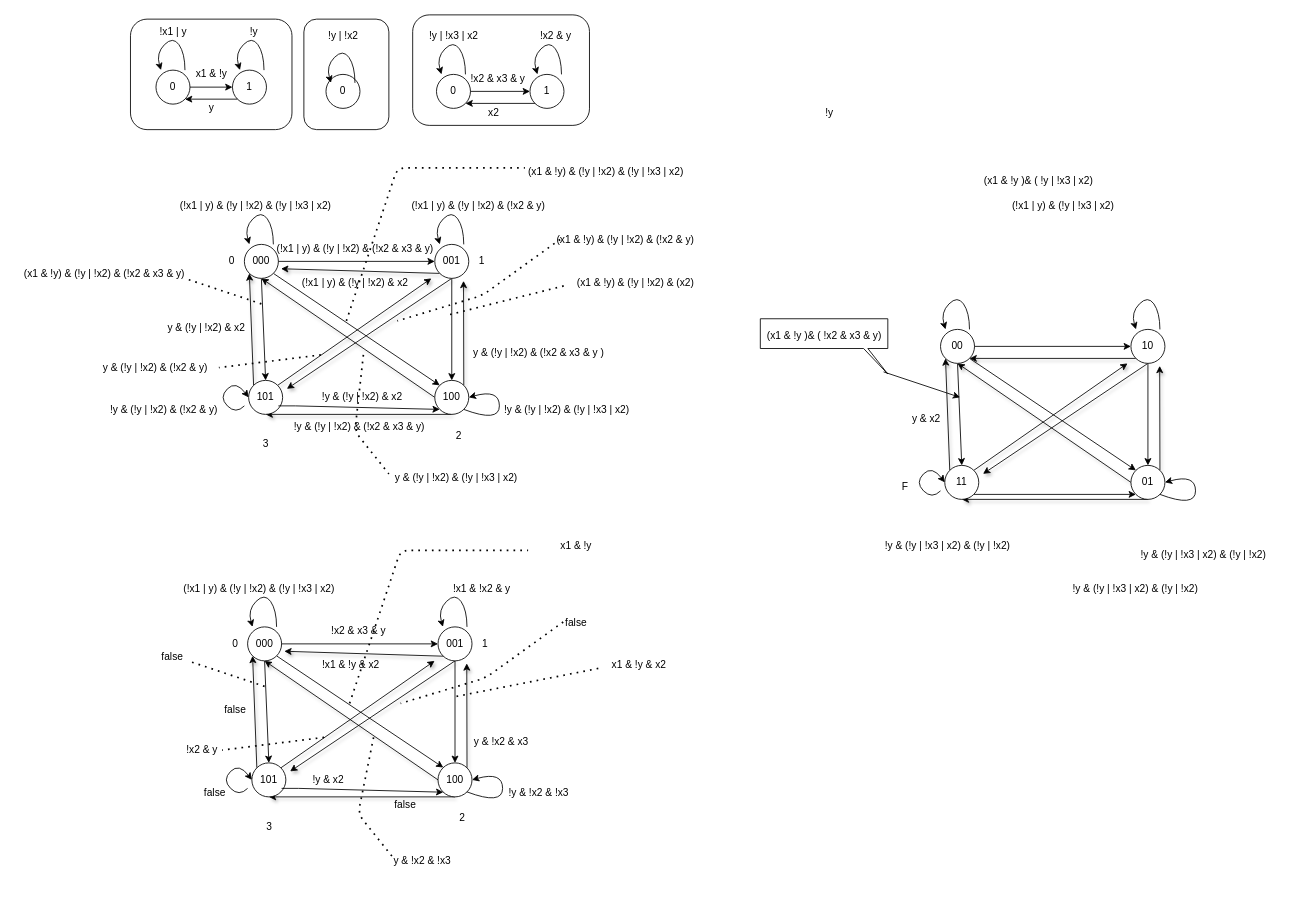
showayamada/Finding-Flaws-In-Specifications keeps this draw.io diagram as memo.dio. Above is the earlier version. Source tidied: cells renumbered, new cells numbered last; positions are measured from the earlier drawing's top-left corner, leaving out a move shared by most shapes. Both pictures are drawn from the tidied source at 85%, with x=0, y=0 at pixel (14, 14).
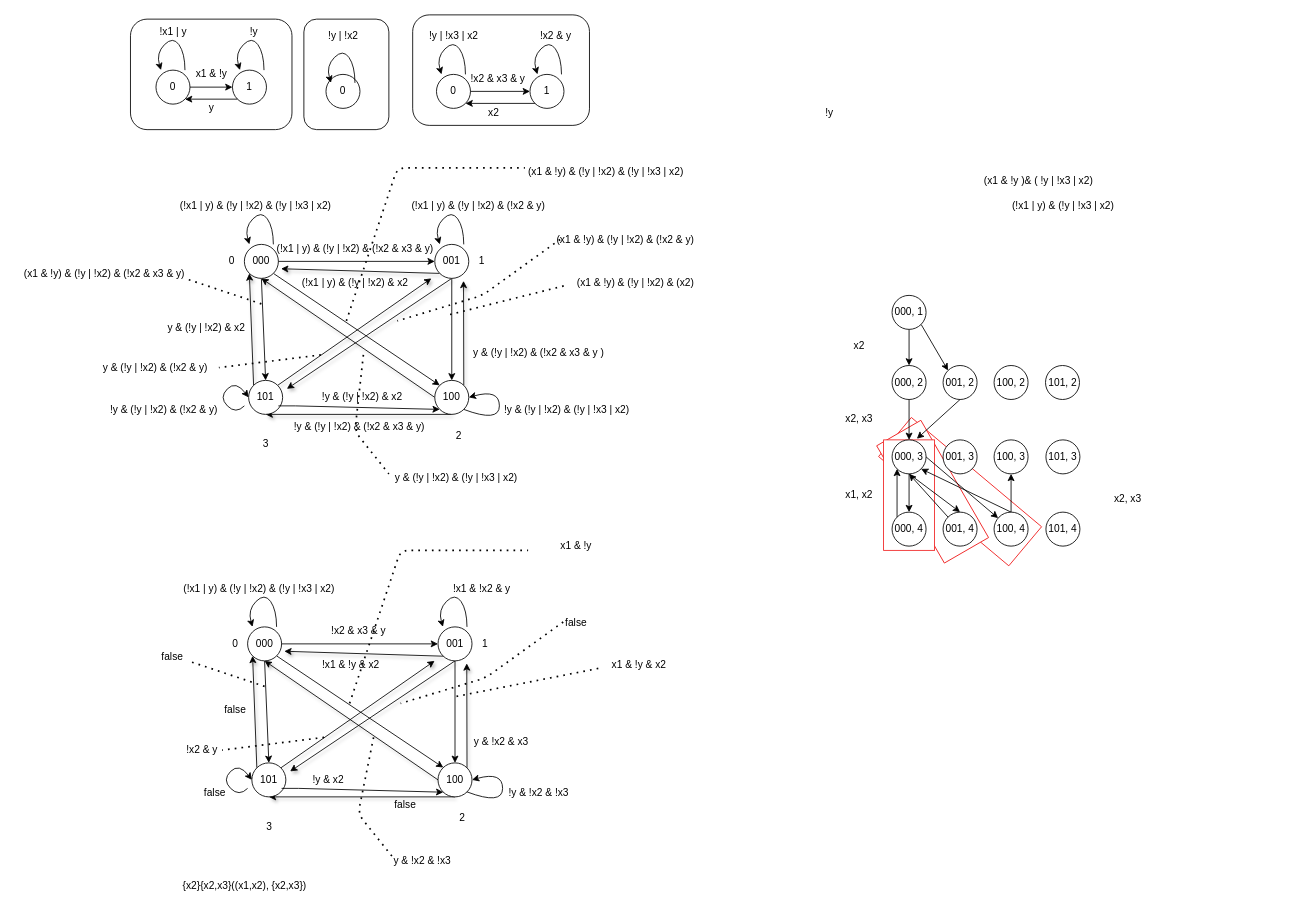
Above is the later version.

The edit, as a diff of the source:
```diff
@@
+    <mxCell id="153" style="rounded=0;whiteSpace=wrap;html=1;strokeColor=#F02222;rotation=-50;" parent="1" vertex="1">
+      <mxGeometry x="1082" y="460.9" width="60" height="200" as="geometry" />
+    </mxCell>
+    <mxCell id="154" style="rounded=0;whiteSpace=wrap;html=1;strokeColor=#F02222;rotation=-30;" parent="1" vertex="1">
+      <mxGeometry x="1049.7" y="481.3" width="60" height="159.3" as="geometry" />
+    </mxCell>
+    <mxCell id="155" style="rounded=0;whiteSpace=wrap;html=1;strokeColor=#F02222;" parent="1" vertex="1">
+      <mxGeometry x="1022" y="500" width="60" height="130" as="geometry" />
+    </mxCell>
@@
-    <mxCell id="41" value="!y&amp;nbsp;&amp;amp; (!y | !x3 | x2) &amp;amp; (!y | !x2)" style="text;html=1;align=center;verticalAlign=middle;strokeColor=none;fillColor=none;" parent="1" vertex="1">
-      <mxGeometry x="1233" y="660" width="170" height="30" as="geometry" />
-    </mxCell>
@@
-    <mxCell id="51" style="edgeStyle=none;html=1;exitX=0.5;exitY=1;exitDx=0;exitDy=0;entryX=0.5;entryY=0;entryDx=0;entryDy=0;" parent="1" edge="1" source="53" target="61">
-      <mxGeometry relative="1" as="geometry" />
-    </mxCell>
-    <mxCell id="52" style="edgeStyle=none;html=1;exitX=1;exitY=1;exitDx=0;exitDy=0;entryX=0;entryY=0;entryDx=0;entryDy=0;" parent="1" edge="1" source="53" target="57">
-      <mxGeometry relative="1" as="geometry" />
-    </mxCell>
-    <mxCell id="53" value="00" style="ellipse;whiteSpace=wrap;html=1;" parent="1" vertex="1">
-      <mxGeometry x="1089" y="370" width="40" height="40" as="geometry" />
-    </mxCell>
-    <mxCell id="54" style="edgeStyle=none;html=1;exitX=0.5;exitY=1;exitDx=0;exitDy=0;entryX=0.5;entryY=1;entryDx=0;entryDy=0;shadow=1;" parent="1" edge="1" source="57" target="61">
-      <mxGeometry relative="1" as="geometry" />
-    </mxCell>
-    <mxCell id="55" style="edgeStyle=none;html=1;exitX=1;exitY=0;exitDx=0;exitDy=0;entryX=0.846;entryY=1.074;entryDx=0;entryDy=0;entryPerimeter=0;shadow=1;" parent="1" edge="1" source="57" target="65">
-      <mxGeometry relative="1" as="geometry" />
-    </mxCell>
-    <mxCell id="56" style="edgeStyle=none;html=1;exitX=0;exitY=0.5;exitDx=0;exitDy=0;entryX=0.5;entryY=1;entryDx=0;entryDy=0;shadow=1;" parent="1" edge="1" source="57" target="53">
-      <mxGeometry relative="1" as="geometry" />
-    </mxCell>
-    <mxCell id="57" value="01" style="ellipse;whiteSpace=wrap;html=1;" parent="1" vertex="1">
-      <mxGeometry x="1313" y="530" width="40" height="40" as="geometry" />
-    </mxCell>
-    <mxCell id="58" style="edgeStyle=none;html=1;exitX=1;exitY=1;exitDx=0;exitDy=0;entryX=0;entryY=1;entryDx=0;entryDy=0;" parent="1" edge="1" source="61" target="57">
-      <mxGeometry relative="1" as="geometry" />
-    </mxCell>
-    <mxCell id="59" style="edgeStyle=none;html=1;exitX=0;exitY=0;exitDx=0;exitDy=0;entryX=0;entryY=1;entryDx=0;entryDy=0;shadow=1;" parent="1" edge="1" source="61" target="53">
-      <mxGeometry relative="1" as="geometry" />
-    </mxCell>
-    <mxCell id="60" style="edgeStyle=none;html=1;exitX=1;exitY=0;exitDx=0;exitDy=0;shadow=1;" parent="1" edge="1" source="61">
-      <mxGeometry relative="1" as="geometry">
-        <mxPoint x="1309" y="410" as="targetPoint" />
-      </mxGeometry>
-    </mxCell>
+    <mxCell id="156" style="edgeStyle=none;html=1;exitX=0.5;exitY=1;exitDx=0;exitDy=0;entryX=0.5;entryY=0;entryDx=0;entryDy=0;" parent="1" edge="1" source="61" target="166">
+      <mxGeometry relative="1" as="geometry" />
+    </mxCell>
-    <mxCell id="61" value="11" style="ellipse;whiteSpace=wrap;html=1;" parent="1" vertex="1">
-      <mxGeometry x="1094" y="530" width="40" height="40" as="geometry" />
+    <mxCell id="61" value="000, 2" style="ellipse;whiteSpace=wrap;html=1;" parent="1" vertex="1">
+      <mxGeometry x="1032" y="412.5" width="40" height="40" as="geometry" />
     </mxCell>
-    <mxCell id="62" style="edgeStyle=none;html=1;exitX=0.5;exitY=1;exitDx=0;exitDy=0;entryX=0.5;entryY=0;entryDx=0;entryDy=0;" parent="1" edge="1" source="65" target="57">
-      <mxGeometry relative="1" as="geometry" />
-    </mxCell>
-    <mxCell id="63" style="edgeStyle=none;html=1;exitX=0;exitY=1;exitDx=0;exitDy=0;entryX=1;entryY=1;entryDx=0;entryDy=0;shadow=1;" parent="1" edge="1" source="65" target="53">
-      <mxGeometry relative="1" as="geometry" />
-    </mxCell>
-    <mxCell id="64" style="edgeStyle=none;html=1;exitX=0.5;exitY=1;exitDx=0;exitDy=0;shadow=1;" parent="1" edge="1" source="65">
-      <mxGeometry relative="1" as="geometry">
-        <mxPoint x="1139" y="540" as="targetPoint" />
-      </mxGeometry>
-    </mxCell>
-    <mxCell id="65" value="10" style="ellipse;whiteSpace=wrap;html=1;" parent="1" vertex="1">
-      <mxGeometry x="1313" y="370" width="40" height="40" as="geometry" />
-    </mxCell>
-    <mxCell id="66" style="endArrow=classic;html=1;entryX=0;entryY=0.5;entryDx=0;entryDy=0;" parent="1" edge="1" target="65">
-      <mxGeometry relative="1" as="geometry">
-        <mxPoint x="1129" y="390" as="sourcePoint" />
-      </mxGeometry>
-    </mxCell>
@@
-    <mxCell id="69" style="curved=1;endArrow=classic;html=1;entryX=1;entryY=0.5;entryDx=0;entryDy=0;exitX=1;exitY=1;exitDx=0;exitDy=0;" parent="1" edge="1" source="57" target="57">
-      <mxGeometry relative="1" as="geometry">
-        <Array as="points">
-          <mxPoint x="1389" y="580" />
-          <mxPoint x="1389" y="540" />
-        </Array>
-      </mxGeometry>
-    </mxCell>
-    <mxCell id="70" style="curved=1;endArrow=classic;html=1;entryX=0;entryY=0;entryDx=0;entryDy=0;exitX=1;exitY=0;exitDx=0;exitDy=0;" parent="1" edge="1">
-      <mxGeometry relative="1" as="geometry">
-        <mxPoint x="1123.1" y="370" as="sourcePoint" />
-        <mxPoint x="1094.9" y="370" as="targetPoint" />
-        <Array as="points">
-          <mxPoint x="1123" y="350" />
-          <mxPoint x="1109" y="330" />
-          <mxPoint x="1089" y="350" />
-        </Array>
-      </mxGeometry>
-    </mxCell>
-    <mxCell id="71" style="curved=1;endArrow=classic;html=1;entryX=0;entryY=0;entryDx=0;entryDy=0;exitX=1;exitY=0;exitDx=0;exitDy=0;" parent="1" edge="1">
-      <mxGeometry relative="1" as="geometry">
-        <mxPoint x="1347.1" y="370" as="sourcePoint" />
-        <mxPoint x="1318.9" y="370" as="targetPoint" />
-        <Array as="points">
-          <mxPoint x="1347" y="350" />
-          <mxPoint x="1333" y="330" />
-          <mxPoint x="1313" y="350" />
-        </Array>
-      </mxGeometry>
-    </mxCell>
-    <mxCell id="72" style="curved=1;endArrow=classic;html=1;entryX=0;entryY=0.5;entryDx=0;entryDy=0;" parent="1" edge="1" target="61">
-      <mxGeometry relative="1" as="geometry">
-        <mxPoint x="1089" y="560" as="sourcePoint" />
-        <Array as="points">
-          <mxPoint x="1079" y="570" />
-          <mxPoint x="1059" y="550" />
-          <mxPoint x="1079" y="530" />
-        </Array>
-      </mxGeometry>
-    </mxCell>
-    <mxCell id="73" value="!y&amp;nbsp;&amp;amp; (!y | !x3 | x2) &amp;amp; (!y | !x2)" style="text;html=1;align=center;verticalAlign=middle;strokeColor=none;fillColor=none;" parent="1" vertex="1">
-      <mxGeometry x="1012" y="610" width="170" height="30" as="geometry" />
+    <mxCell id="73" value="x2" style="text;html=1;align=center;verticalAlign=middle;strokeColor=none;fillColor=none;" parent="1" vertex="1">
+      <mxGeometry x="973" y="375" width="40" height="30" as="geometry" />
     </mxCell>
-    <mxCell id="74" value="!y&amp;nbsp;&amp;amp; (!y | !x3 | x2) &amp;amp; (!y | !x2)" style="text;html=1;align=center;verticalAlign=middle;strokeColor=none;fillColor=none;" parent="1" vertex="1">
-      <mxGeometry x="1313" y="620" width="170" height="30" as="geometry" />
+    <mxCell id="74" value="x2, x3" style="text;html=1;align=center;verticalAlign=middle;strokeColor=none;fillColor=none;" parent="1" vertex="1">
+      <mxGeometry x="963" y="460" width="60" height="30" as="geometry" />
     </mxCell>
@@
-    <mxCell id="80" style="edgeStyle=none;html=1;exitX=0;exitY=0;exitDx=150;exitDy=65;exitPerimeter=0;" parent="1" edge="1">
-      <mxGeometry relative="1" as="geometry">
-        <mxPoint x="1022" y="420" as="sourcePoint" />
-        <mxPoint x="1112" y="450" as="targetPoint" />
-      </mxGeometry>
-    </mxCell>
-    <mxCell id="81" style="shape=callout;whiteSpace=wrap;html=1;perimeter=calloutPerimeter;position2=1;base=5;size=30;position=0.81;" parent="1" vertex="1">
-      <mxGeometry x="877" y="357.5" width="150" height="65" as="geometry" />
-    </mxCell>
-    <mxCell id="82" value="(x1 &amp;amp; !y )&amp;amp; ( !x2 &amp;amp; x3 &amp;amp; y)" style="text;html=1;align=center;verticalAlign=middle;strokeColor=none;fillColor=none;" parent="1" vertex="1">
-      <mxGeometry x="872" y="362.5" width="160" height="30" as="geometry" />
-    </mxCell>
-    <mxCell id="83" value="y &amp;amp; x2" style="text;html=1;align=center;verticalAlign=middle;strokeColor=none;fillColor=none;" parent="1" vertex="1">
-      <mxGeometry x="1042" y="460" width="60" height="30" as="geometry" />
-    </mxCell>
-    <mxCell id="84" value="F" style="text;html=1;align=center;verticalAlign=middle;strokeColor=none;fillColor=none;" parent="1" vertex="1">
-      <mxGeometry x="1032" y="540" width="30" height="30" as="geometry" />
-    </mxCell>
@@
+    <mxCell id="157" value="{x2}{x2,x3}((x1,x2), {x2,x3})" style="text;html=1;align=center;verticalAlign=middle;strokeColor=none;fillColor=none;" parent="1" vertex="1">
+      <mxGeometry x="185" y="1010" width="170" height="30" as="geometry" />
+    </mxCell>
+    <mxCell id="51" style="edgeStyle=none;html=1;entryX=0.5;entryY=0;entryDx=0;entryDy=0;" parent="1" edge="1" source="53" target="61">
+      <mxGeometry relative="1" as="geometry" />
+    </mxCell>
+    <mxCell id="158" style="edgeStyle=none;html=1;exitX=1;exitY=1;exitDx=0;exitDy=0;entryX=0;entryY=0;entryDx=0;entryDy=0;" parent="1" edge="1" source="53" target="160">
+      <mxGeometry relative="1" as="geometry" />
+    </mxCell>
+    <mxCell id="53" value="000, 1" style="ellipse;whiteSpace=wrap;html=1;" parent="1" vertex="1">
+      <mxGeometry x="1032" y="330" width="40" height="40" as="geometry" />
+    </mxCell>
+    <mxCell id="159" style="edgeStyle=none;html=1;exitX=0.5;exitY=1;exitDx=0;exitDy=0;entryX=0.729;entryY=-0.033;entryDx=0;entryDy=0;entryPerimeter=0;" parent="1" edge="1" source="160" target="166">
+      <mxGeometry relative="1" as="geometry" />
+    </mxCell>
+    <mxCell id="160" value="001, 2" style="ellipse;whiteSpace=wrap;html=1;" parent="1" vertex="1">
+      <mxGeometry x="1092" y="412.5" width="40" height="40" as="geometry" />
+    </mxCell>
+    <mxCell id="161" value="100, 2" style="ellipse;whiteSpace=wrap;html=1;" parent="1" vertex="1">
+      <mxGeometry x="1152" y="412.5" width="40" height="40" as="geometry" />
+    </mxCell>
+    <mxCell id="162" value="101, 2" style="ellipse;whiteSpace=wrap;html=1;" parent="1" vertex="1">
+      <mxGeometry x="1212.5" y="412.5" width="40" height="40" as="geometry" />
+    </mxCell>
+    <mxCell id="163" style="edgeStyle=none;html=1;exitX=0.5;exitY=1;exitDx=0;exitDy=0;entryX=0.5;entryY=0;entryDx=0;entryDy=0;" parent="1" edge="1" source="166" target="174">
+      <mxGeometry relative="1" as="geometry" />
+    </mxCell>
+    <mxCell id="164" style="edgeStyle=none;html=1;exitX=0.5;exitY=1;exitDx=0;exitDy=0;" parent="1" edge="1" source="166" target="172">
+      <mxGeometry relative="1" as="geometry" />
+    </mxCell>
+    <mxCell id="165" style="edgeStyle=none;html=1;exitX=1;exitY=0.5;exitDx=0;exitDy=0;" parent="1" edge="1" source="166" target="177">
+      <mxGeometry relative="1" as="geometry" />
+    </mxCell>
+    <mxCell id="166" value="000, 3" style="ellipse;whiteSpace=wrap;html=1;" parent="1" vertex="1">
+      <mxGeometry x="1032" y="500" width="40" height="40" as="geometry" />
+    </mxCell>
+    <mxCell id="167" value="001, 3" style="ellipse;whiteSpace=wrap;html=1;" parent="1" vertex="1">
+      <mxGeometry x="1092" y="500" width="40" height="40" as="geometry" />
+    </mxCell>
+    <mxCell id="168" value="100, 3" style="ellipse;whiteSpace=wrap;html=1;" parent="1" vertex="1">
+      <mxGeometry x="1152" y="500" width="40" height="40" as="geometry" />
+    </mxCell>
+    <mxCell id="169" value="101, 3" style="ellipse;whiteSpace=wrap;html=1;" parent="1" vertex="1">
+      <mxGeometry x="1213" y="500" width="40" height="40" as="geometry" />
+    </mxCell>
+    <mxCell id="170" value="x1, x2" style="text;html=1;align=center;verticalAlign=middle;strokeColor=none;fillColor=none;" parent="1" vertex="1">
+      <mxGeometry x="963" y="550" width="60" height="30" as="geometry" />
+    </mxCell>
+    <mxCell id="171" style="edgeStyle=none;html=1;exitX=0;exitY=0;exitDx=0;exitDy=0;entryX=0;entryY=1;entryDx=0;entryDy=0;" parent="1" edge="1" source="172" target="166">
+      <mxGeometry relative="1" as="geometry" />
+    </mxCell>
+    <mxCell id="172" value="000, 4" style="ellipse;whiteSpace=wrap;html=1;" parent="1" vertex="1">
+      <mxGeometry x="1032" y="585" width="40" height="40" as="geometry" />
+    </mxCell>
+    <mxCell id="173" style="edgeStyle=none;html=1;exitX=0;exitY=0;exitDx=0;exitDy=0;" parent="1" edge="1" source="174">
+      <mxGeometry relative="1" as="geometry">
+        <mxPoint x="1052" y="540" as="targetPoint" />
+      </mxGeometry>
+    </mxCell>
+    <mxCell id="174" value="001, 4" style="ellipse;whiteSpace=wrap;html=1;" parent="1" vertex="1">
+      <mxGeometry x="1092" y="585" width="40" height="40" as="geometry" />
+    </mxCell>
+    <mxCell id="175" style="edgeStyle=none;html=1;exitX=0.5;exitY=0;exitDx=0;exitDy=0;entryX=1;entryY=1;entryDx=0;entryDy=0;" parent="1" edge="1" source="177" target="166">
+      <mxGeometry relative="1" as="geometry" />
+    </mxCell>
+    <mxCell id="176" style="edgeStyle=none;html=1;exitX=0.5;exitY=0;exitDx=0;exitDy=0;" parent="1" edge="1" source="177" target="168">
+      <mxGeometry relative="1" as="geometry" />
+    </mxCell>
+    <mxCell id="177" value="100, 4" style="ellipse;whiteSpace=wrap;html=1;" parent="1" vertex="1">
+      <mxGeometry x="1152" y="585" width="40" height="40" as="geometry" />
+    </mxCell>
+    <mxCell id="178" value="101, 4" style="ellipse;whiteSpace=wrap;html=1;" parent="1" vertex="1">
+      <mxGeometry x="1213" y="585" width="40" height="40" as="geometry" />
+    </mxCell>
+    <mxCell id="179" value="x2, x3" style="text;html=1;align=center;verticalAlign=middle;strokeColor=none;fillColor=none;" parent="1" vertex="1">
+      <mxGeometry x="1279" y="555" width="60" height="30" as="geometry" />
+    </mxCell>
```
